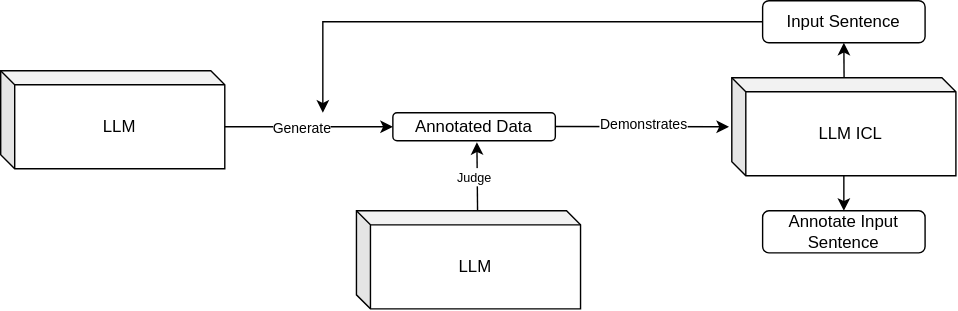
Before: thesis_flow.drawio.svg, a diagram exported from draw.io (sara-kaczmarek/LLMB4ABSC). Source tidied: cells renumbered, new cells last; positions are measured from the earlier drawing's top-left corner, leaving out a move shared by most shapes.
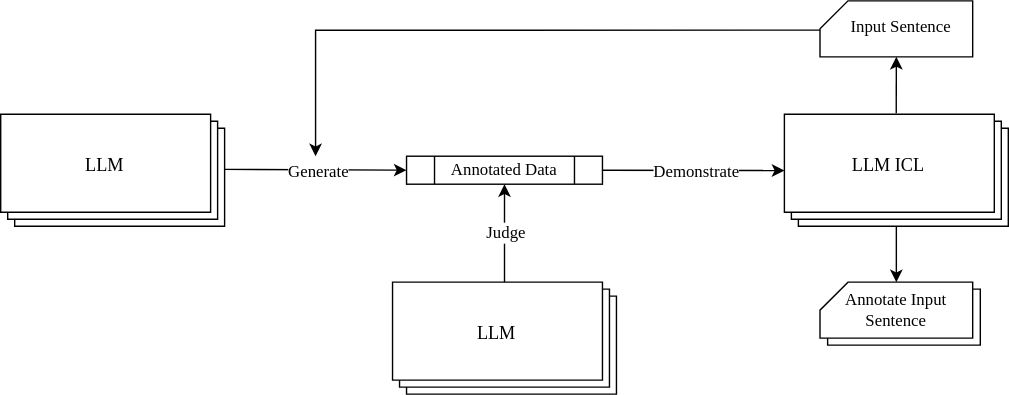
Above is the later version.

Diff of the diagram source:
```diff
@@ -2,63 +2,105 @@
   <root>
     <mxCell id="0" />
     <mxCell id="1" parent="0" />
-    <mxCell id="2" value="LLM" style="shape=cube;whiteSpace=wrap;html=1;boundedLbl=1;backgroundOutline=1;darkOpacity=0.05;darkOpacity2=0.1;size=10;" parent="1" vertex="1">
-      <mxGeometry y="50" width="160" height="70" as="geometry" />
-    </mxCell>
+    <mxCell id="17" style="endArrow=classic;html=1;rounded=0;exitX=0.005;exitY=0.564;exitDx=0;exitDy=0;exitPerimeter=0;" parent="1" edge="1" source="13">
+      <mxGeometry relative="1" as="geometry">
+        <mxPoint x="215" y="80" as="targetPoint" />
+        <Array as="points">
+          <mxPoint x="215" y="-10" />
+        </Array>
+      </mxGeometry>
+    </mxCell>
+    <mxCell id="18" style="group;" parent="1" vertex="1">
+      <mxGeometry x="-10" y="50" width="160" height="80" as="geometry" />
+    </mxCell>
+    <mxCell id="19" style="verticalLabelPosition=bottom;verticalAlign=top;html=1;shape=mxgraph.basic.layered_rect;dx=10;whiteSpace=wrap;" parent="18" vertex="1">
+      <mxGeometry width="160" height="80" as="geometry" />
+    </mxCell>
+    <mxCell id="20" value="&lt;font style=&quot;font-size: 13px;&quot; face=&quot;Times New Roman&quot;&gt;LLM&lt;/font&gt;" style="text;strokeColor=none;align=center;fillColor=none;html=1;verticalAlign=middle;whiteSpace=wrap;rounded=0;" parent="18" vertex="1">
+      <mxGeometry width="148.6" height="71.1" as="geometry" />
+    </mxCell>
+    <mxCell id="21" style="group;" parent="1" vertex="1">
+      <mxGeometry x="270" y="170" width="160" height="80" as="geometry" />
+    </mxCell>
+    <mxCell id="22" style="verticalLabelPosition=bottom;verticalAlign=top;html=1;shape=mxgraph.basic.layered_rect;dx=10;whiteSpace=wrap;" parent="21" vertex="1">
+      <mxGeometry width="160" height="80" as="geometry" />
+    </mxCell>
+    <mxCell id="23" value="&lt;font style=&quot;font-size: 13px;&quot; face=&quot;Times New Roman&quot;&gt;LLM&lt;/font&gt;" style="text;strokeColor=none;align=center;fillColor=none;html=1;verticalAlign=middle;whiteSpace=wrap;rounded=0;" parent="21" vertex="1">
+      <mxGeometry width="148.6" height="71.1" as="geometry" />
+    </mxCell>
+    <mxCell id="24" style="group;rounded=1;arcSize=0;" parent="1" vertex="1">
+      <mxGeometry x="550" y="50" width="160" height="80" as="geometry" />
+    </mxCell>
+    <mxCell id="25" style="verticalLabelPosition=bottom;verticalAlign=top;html=1;shape=mxgraph.basic.layered_rect;dx=10;whiteSpace=wrap;" parent="24" vertex="1">
+      <mxGeometry width="160" height="80" as="geometry" />
+    </mxCell>
+    <mxCell id="9" value="&lt;font style=&quot;font-size: 13px;&quot; face=&quot;Times New Roman&quot;&gt;LLM ICL&lt;/font&gt;" style="text;strokeColor=none;align=center;fillColor=none;html=1;verticalAlign=middle;whiteSpace=wrap;rounded=0;" parent="24" vertex="1">
+      <mxGeometry width="148.6" height="71.1" as="geometry" />
+    </mxCell>
+    <mxCell id="26" style="verticalLabelPosition=bottom;verticalAlign=top;html=1;shape=process;whiteSpace=wrap;rounded=1;size=0.14285714285714285;arcSize=0;" parent="1" vertex="1">
+      <mxGeometry x="280" y="80" width="140" height="20" as="geometry" />
+    </mxCell>
-    <mxCell id="3" value="Annotated Data" style="rounded=1;whiteSpace=wrap;html=1;" parent="1" vertex="1">
-      <mxGeometry x="280" y="80" width="116" height="20" as="geometry" />
+    <mxCell id="3" value="&lt;font face=&quot;Times New Roman&quot;&gt;Annotated Data&lt;/font&gt;" style="text;strokeColor=none;align=center;fillColor=none;html=1;verticalAlign=middle;whiteSpace=wrap;rounded=1;arcSize=50;" parent="1" vertex="1">
+      <mxGeometry x="280" y="80" width="140" height="20" as="geometry" />
     </mxCell>
-    <mxCell id="4" style="endArrow=classic;html=1;rounded=0;entryX=0;entryY=0.5;entryDx=0;entryDy=0;exitX=0;exitY=0;exitDx=160;exitDy=40;exitPerimeter=0;" parent="1" edge="1" source="2" target="3">
-      <mxGeometry relative="1" as="geometry" />
-    </mxCell>
+    <mxCell id="27" style="endArrow=classic;html=1;rounded=0;entryX=0;entryY=0.5;entryDx=0;entryDy=0;" parent="1" edge="1" target="26">
+      <mxGeometry relative="1" as="geometry">
+        <mxPoint x="150" y="89.4" as="sourcePoint" />
+      </mxGeometry>
+    </mxCell>
-    <mxCell id="5" value="&lt;font style=&quot;font-size: 10px;&quot;&gt;Generate&lt;/font&gt;" style="edgeLabel;html=1;align=center;verticalAlign=middle;" parent="4" vertex="1">
-      <mxGeometry x="-0.08" y="-1" relative="1" as="geometry" />
+    <mxCell id="5" value="&lt;font style=&quot;font-size: 12px;&quot; face=&quot;Times New Roman&quot;&gt;Generate&lt;/font&gt;" style="edgeLabel;html=1;align=center;verticalAlign=middle;" parent="27" vertex="1">
+      <mxGeometry relative="1" as="geometry" />
     </mxCell>
-    <mxCell id="6" value="LLM" style="shape=cube;whiteSpace=wrap;html=1;boundedLbl=1;backgroundOutline=1;darkOpacity=0.05;darkOpacity2=0.1;size=10;" parent="1" vertex="1">
-      <mxGeometry x="254" y="150" width="160" height="70" as="geometry" />
-    </mxCell>
-    <mxCell id="7" style="endArrow=classic;html=1;rounded=0;exitX=0.603;exitY=-0.002;exitDx=0;exitDy=0;exitPerimeter=0;" parent="1" edge="1">
-      <mxGeometry relative="1" as="geometry">
-        <mxPoint x="340.5" y="150" as="sourcePoint" />
-        <mxPoint x="340" y="101" as="targetPoint" />
-      </mxGeometry>
-    </mxCell>
+    <mxCell id="28" style="endArrow=classic;html=1;rounded=0;entryX=0;entryY=0.5;entryDx=0;entryDy=0;exitX=1;exitY=0.5;exitDx=0;exitDy=0;" parent="1" edge="1" source="3">
+      <mxGeometry relative="1" as="geometry">
+        <mxPoint x="550" y="90.2" as="targetPoint" />
+      </mxGeometry>
+    </mxCell>
+    <mxCell id="29" value="&lt;font style=&quot;font-size: 12px;&quot; face=&quot;Times New Roman&quot;&gt;Demonstrate&lt;/font&gt;" style="edgeLabel;html=1;align=center;verticalAlign=middle;" parent="28" vertex="1">
+      <mxGeometry relative="1" as="geometry" />
+    </mxCell>
+    <mxCell id="30" style="endArrow=classic;html=1;rounded=0;entryX=0.5;entryY=1;entryDx=0;entryDy=0;" parent="1" edge="1" target="3">
+      <mxGeometry relative="1" as="geometry">
+        <mxPoint x="350" y="170" as="sourcePoint" />
+      </mxGeometry>
+    </mxCell>
-    <mxCell id="8" value="&lt;font style=&quot;font-size: 9px;&quot;&gt;Judge&lt;/font&gt;" style="edgeLabel;html=1;align=center;verticalAlign=middle;" parent="7" vertex="1">
-      <mxGeometry x="-0.01" y="3" relative="1" as="geometry" />
+    <mxCell id="8" value="&lt;font style=&quot;font-size: 12px;&quot; face=&quot;Times New Roman&quot;&gt;Judge&lt;/font&gt;" style="edgeLabel;html=1;align=center;verticalAlign=middle;" parent="30" vertex="1">
+      <mxGeometry relative="1" as="geometry" />
     </mxCell>
-    <mxCell id="9" value="LLM ICL" style="shape=cube;whiteSpace=wrap;html=1;boundedLbl=1;backgroundOutline=1;darkOpacity=0.05;darkOpacity2=0.1;size=10;" parent="1" vertex="1">
-      <mxGeometry x="522" y="55" width="160" height="70" as="geometry" />
-    </mxCell>
-    <mxCell id="10" style="endArrow=classic;html=1;rounded=0;" parent="1" edge="1">
-      <mxGeometry relative="1" as="geometry">
-        <mxPoint x="396" y="89.8" as="sourcePoint" />
-        <mxPoint x="520" y="90" as="targetPoint" />
-      </mxGeometry>
-    </mxCell>
-    <mxCell id="11" value="&lt;font style=&quot;font-size: 10px;&quot;&gt;Demonstrates&lt;/font&gt;" style="edgeLabel;html=1;align=center;verticalAlign=middle;" parent="10" vertex="1">
-      <mxGeometry x="0.01" y="2" relative="1" as="geometry" />
-    </mxCell>
+    <mxCell id="31" style="group;" parent="1" vertex="1">
+      <mxGeometry x="570" y="170" width="125.5" height="45" as="geometry" />
+    </mxCell>
+    <mxCell id="32" style="group;" parent="31" vertex="1">
+      <mxGeometry x="5.5" y="5" width="120" height="40" as="geometry" />
+    </mxCell>
+    <mxCell id="33" style="verticalLabelPosition=bottom;verticalAlign=top;html=1;shape=card;whiteSpace=wrap;size=20;arcSize=12;" parent="32" vertex="1">
+      <mxGeometry x="5.5" width="109.1" height="40" as="geometry" />
+    </mxCell>
+    <mxCell id="34" style="verticalLabelPosition=bottom;verticalAlign=top;html=1;shape=card;whiteSpace=wrap;size=20;arcSize=12;" parent="31" vertex="1">
+      <mxGeometry x="5.5" width="109.1" height="40" as="geometry" />
+    </mxCell>
-    <mxCell id="12" value="Annotate Input Sentence" style="rounded=1;whiteSpace=wrap;html=1;" parent="1" vertex="1">
-      <mxGeometry x="544" y="150" width="116" height="30" as="geometry" />
+    <mxCell id="12" value="&lt;font face=&quot;Times New Roman&quot;&gt;Annotate Input Sentence&lt;/font&gt;" style="text;strokeColor=none;align=center;fillColor=none;html=1;verticalAlign=middle;whiteSpace=wrap;rounded=0;" parent="31" vertex="1">
+      <mxGeometry x="10" y="5" width="100" height="30" as="geometry" />
     </mxCell>
+    <mxCell id="35" style="endArrow=classic;html=1;rounded=0;" parent="1" edge="1">
+      <mxGeometry relative="1" as="geometry">
+        <mxPoint x="630" y="130" as="sourcePoint" />
+        <mxPoint x="630" y="170" as="targetPoint" />
+      </mxGeometry>
+    </mxCell>
+    <mxCell id="36" style="group;" parent="1" vertex="1">
+      <mxGeometry x="570" y="-31" width="125.5" height="45" as="geometry" />
+    </mxCell>
+    <mxCell id="37" style="verticalLabelPosition=bottom;verticalAlign=top;html=1;shape=card;whiteSpace=wrap;size=20;arcSize=12;" parent="36" vertex="1">
+      <mxGeometry x="5.5" width="109.1" height="40" as="geometry" />
+    </mxCell>
-    <mxCell id="13" value="Input Sentence" style="rounded=1;whiteSpace=wrap;html=1;" parent="1" vertex="1">
-      <mxGeometry x="544" width="116" height="30" as="geometry" />
+    <mxCell id="13" value="&lt;font face=&quot;Times New Roman&quot;&gt;&amp;nbsp;Input Sentence&lt;/font&gt;" style="text;strokeColor=none;align=center;fillColor=none;html=1;verticalAlign=middle;whiteSpace=wrap;rounded=0;" parent="36" vertex="1">
+      <mxGeometry x="10" y="4" width="104" height="30" as="geometry" />
     </mxCell>
-    <mxCell id="14" style="endArrow=classic;html=1;rounded=0;entryX=0.5;entryY=0;entryDx=0;entryDy=0;" parent="1" edge="1" target="12">
-      <mxGeometry relative="1" as="geometry">
-        <mxPoint x="602" y="125" as="sourcePoint" />
-      </mxGeometry>
-    </mxCell>
-    <mxCell id="15" style="endArrow=classic;html=1;rounded=0;entryX=0.5;entryY=1;entryDx=0;entryDy=0;exitX=0.501;exitY=-0.007;exitDx=0;exitDy=0;exitPerimeter=0;" parent="1" edge="1" source="9" target="13">
-      <mxGeometry relative="1" as="geometry" />
-    </mxCell>
-    <mxCell id="16" style="endArrow=classic;html=1;rounded=0;exitX=0;exitY=0.5;exitDx=0;exitDy=0;" parent="1" edge="1" source="13">
-      <mxGeometry relative="1" as="geometry">
-        <mxPoint x="230" y="80" as="targetPoint" />
-        <Array as="points">
-          <mxPoint x="230" y="15" />
-        </Array>
-      </mxGeometry>
-    </mxCell>
+    <mxCell id="38" style="endArrow=classic;html=1;rounded=0;exitX=0.538;exitY=-0.009;exitDx=0;exitDy=0;exitPerimeter=0;" parent="36" edge="1" source="9">
+      <mxGeometry relative="1" as="geometry">
+        <mxPoint x="60" y="40" as="targetPoint" />
+      </mxGeometry>
+    </mxCell>
   </root>
 </mxGraphModel>
```
